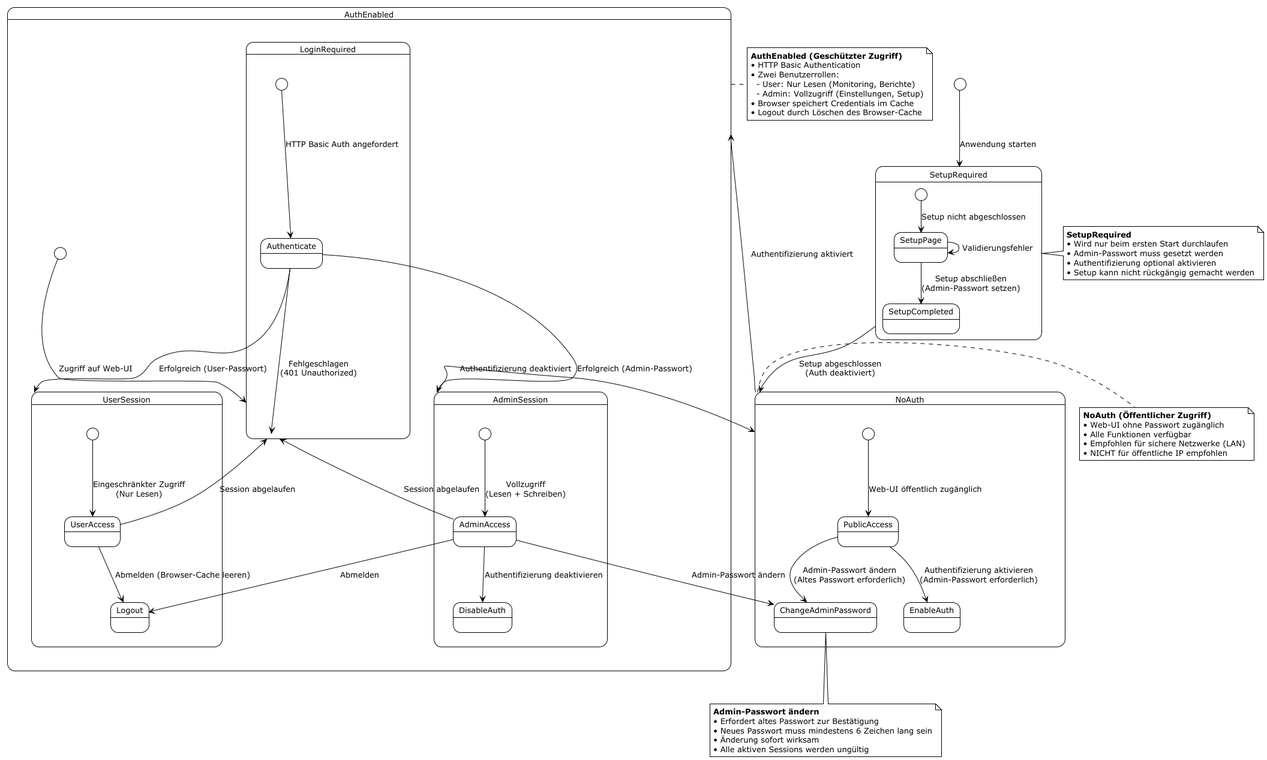
matthili/SignalReport keeps this PlantUML diagram as docs/diagrams/state-diagram-auth.png. Above is the earlier version. Its source is kept beside it as docs/diagrams/state-diagram-auth.puml. Source of this version:
```plantuml
@startuml SignalReport - State-Diagramm Authentifizierung
!theme plain
skinparam stateFontSize 13
skinparam state {
  BackgroundColor White
  BorderColor Black
  FontColor Black
}

[*] --> SetupRequired : Anwendung starten

state SetupRequired {
  [*] --> SetupPage : Setup nicht abgeschlossen
  SetupPage --> SetupCompleted : Setup abschließen\n(Admin-Passwort setzen)
  SetupPage --> SetupPage : Validierungsfehler
}

SetupRequired --> NoAuth : Setup abgeschlossen\n(Auth deaktiviert)

state NoAuth {
  [*] --> PublicAccess : Web-UI öffentlich zugänglich
  PublicAccess --> EnableAuth : Authentifizierung aktivieren\n(Admin-Passwort erforderlich)
  PublicAccess --> ChangeAdminPassword : Admin-Passwort ändern\n(Altes Passwort erforderlich)
}

NoAuth --> AuthEnabled : Authentifizierung aktiviert

state AuthEnabled {
  [*] --> LoginRequired : Zugriff auf Web-UI

  state LoginRequired {
    [*] --> Authenticate : HTTP Basic Auth angefordert
    Authenticate --> UserSession : Erfolgreich (User-Passwort)
    Authenticate --> AdminSession : Erfolgreich (Admin-Passwort)
    Authenticate --> LoginRequired : Fehlgeschlagen\n(401 Unauthorized)
  }

  state UserSession {
    [*] --> UserAccess : Eingeschränkter Zugriff\n(Nur Lesen)
    UserAccess --> Logout : Abmelden (Browser-Cache leeren)
    UserAccess --> LoginRequired : Session abgelaufen
  }

  state AdminSession {
    [*] --> AdminAccess : Vollzugriff\n(Lesen + Schreiben)
    AdminAccess --> ChangeAdminPassword : Admin-Passwort ändern
    AdminAccess --> DisableAuth : Authentifizierung deaktivieren
    AdminAccess --> Logout : Abmelden
    AdminAccess --> LoginRequired : Session abgelaufen
  }

  AdminSession --> NoAuth : Authentifizierung deaktiviert
}

note right of SetupRequired
  **SetupRequired**
  • Wird nur beim ersten Start durchlaufen
  • Admin-Passwort muss gesetzt werden
  • Authentifizierung optional aktivieren
  • Setup kann nicht rückgängig gemacht werden
end note

note right of NoAuth
  **NoAuth (Öffentlicher Zugriff)**
  • Web-UI ohne Passwort zugänglich
  • Alle Funktionen verfügbar
  • Empfohlen für sichere Netzwerke (LAN)
  • NICHT für öffentliche IP empfohlen
end note

note right of AuthEnabled
  **AuthEnabled (Geschützter Zugriff)**
  • HTTP Basic Authentication
  • Zwei Benutzerrollen:
    - User: Nur Lesen (Monitoring, Berichte)
    - Admin: Vollzugriff (Einstellungen, Setup)
  • Browser speichert Credentials im Cache
  • Logout durch Löschen des Browser-Cache
end note

note bottom of ChangeAdminPassword
  **Admin-Passwort ändern**
  • Erfordert altes Passwort zur Bestätigung
  • Neues Passwort muss mindestens 6 Zeichen lang sein
  • Änderung sofort wirksam
  • Alle aktiven Sessions werden ungültig
end note
@enduml
```
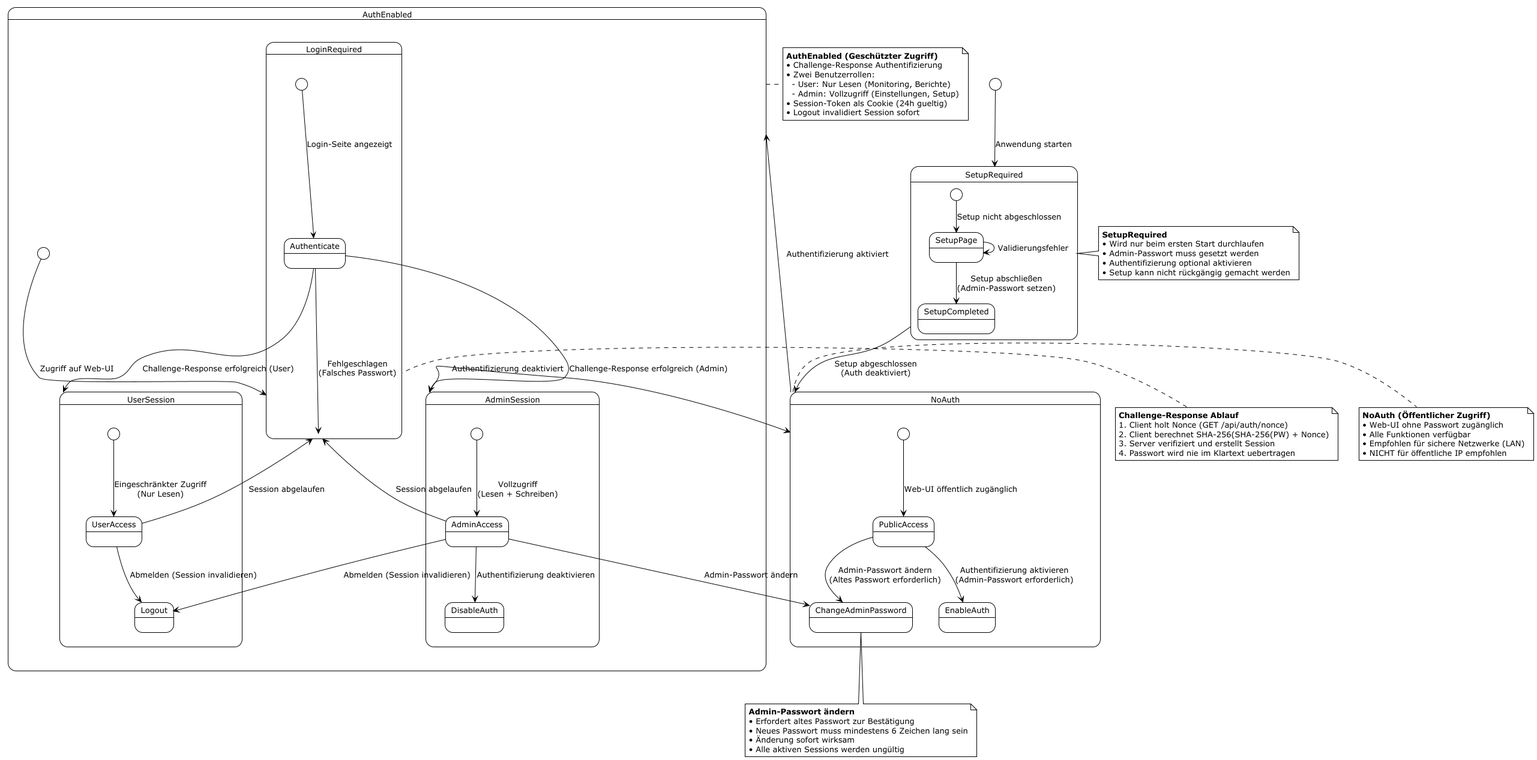
The same file after the commit.

Diff of the diagram source:
```diff
@@ -1,4 +1,4 @@
-@startuml SignalReport - State-Diagramm Authentifizierung
+@startuml SignalReport - State-Diagramm Challenge-Response Authentifizierung (SHA-256)
 !theme plain
 skinparam stateFontSize 13
 skinparam state {
@@ -29,15 +29,15 @@
   [*] --> LoginRequired : Zugriff auf Web-UI
 
   state LoginRequired {
-    [*] --> Authenticate : HTTP Basic Auth angefordert
-    Authenticate --> UserSession : Erfolgreich (User-Passwort)
-    Authenticate --> AdminSession : Erfolgreich (Admin-Passwort)
-    Authenticate --> LoginRequired : Fehlgeschlagen\n(401 Unauthorized)
+    [*] --> Authenticate : Login-Seite angezeigt
+    Authenticate --> UserSession : Challenge-Response erfolgreich (User)
+    Authenticate --> AdminSession : Challenge-Response erfolgreich (Admin)
+    Authenticate --> LoginRequired : Fehlgeschlagen\n(Falsches Passwort)
   }
 
   state UserSession {
     [*] --> UserAccess : Eingeschränkter Zugriff\n(Nur Lesen)
-    UserAccess --> Logout : Abmelden (Browser-Cache leeren)
+    UserAccess --> Logout : Abmelden (Session invalidieren)
     UserAccess --> LoginRequired : Session abgelaufen
   }
 
@@ -45,7 +45,7 @@
     [*] --> AdminAccess : Vollzugriff\n(Lesen + Schreiben)
     AdminAccess --> ChangeAdminPassword : Admin-Passwort ändern
     AdminAccess --> DisableAuth : Authentifizierung deaktivieren
-    AdminAccess --> Logout : Abmelden
+    AdminAccess --> Logout : Abmelden (Session invalidieren)
     AdminAccess --> LoginRequired : Session abgelaufen
   }
 
@@ -70,12 +70,12 @@
 
 note right of AuthEnabled
   **AuthEnabled (Geschützter Zugriff)**
-  • HTTP Basic Authentication
+  • Challenge-Response Authentifizierung
   • Zwei Benutzerrollen:
     - User: Nur Lesen (Monitoring, Berichte)
     - Admin: Vollzugriff (Einstellungen, Setup)
-  • Browser speichert Credentials im Cache
-  • Logout durch Löschen des Browser-Cache
+  • Session-Token als Cookie (24h gueltig)
+  • Logout invalidiert Session sofort
 end note
 
 note bottom of ChangeAdminPassword
@@ -85,4 +85,11 @@
   • Änderung sofort wirksam
   • Alle aktiven Sessions werden ungültig
 end note
+note left of LoginRequired
+  **Challenge-Response Ablauf**
+  1. Client holt Nonce (GET /api/auth/nonce)
+  2. Client berechnet SHA-256(SHA-256(PW) + Nonce)
+  3. Server verifiziert und erstellt Session
+  4. Passwort wird nie im Klartext uebertragen
+end note
 @enduml
```
